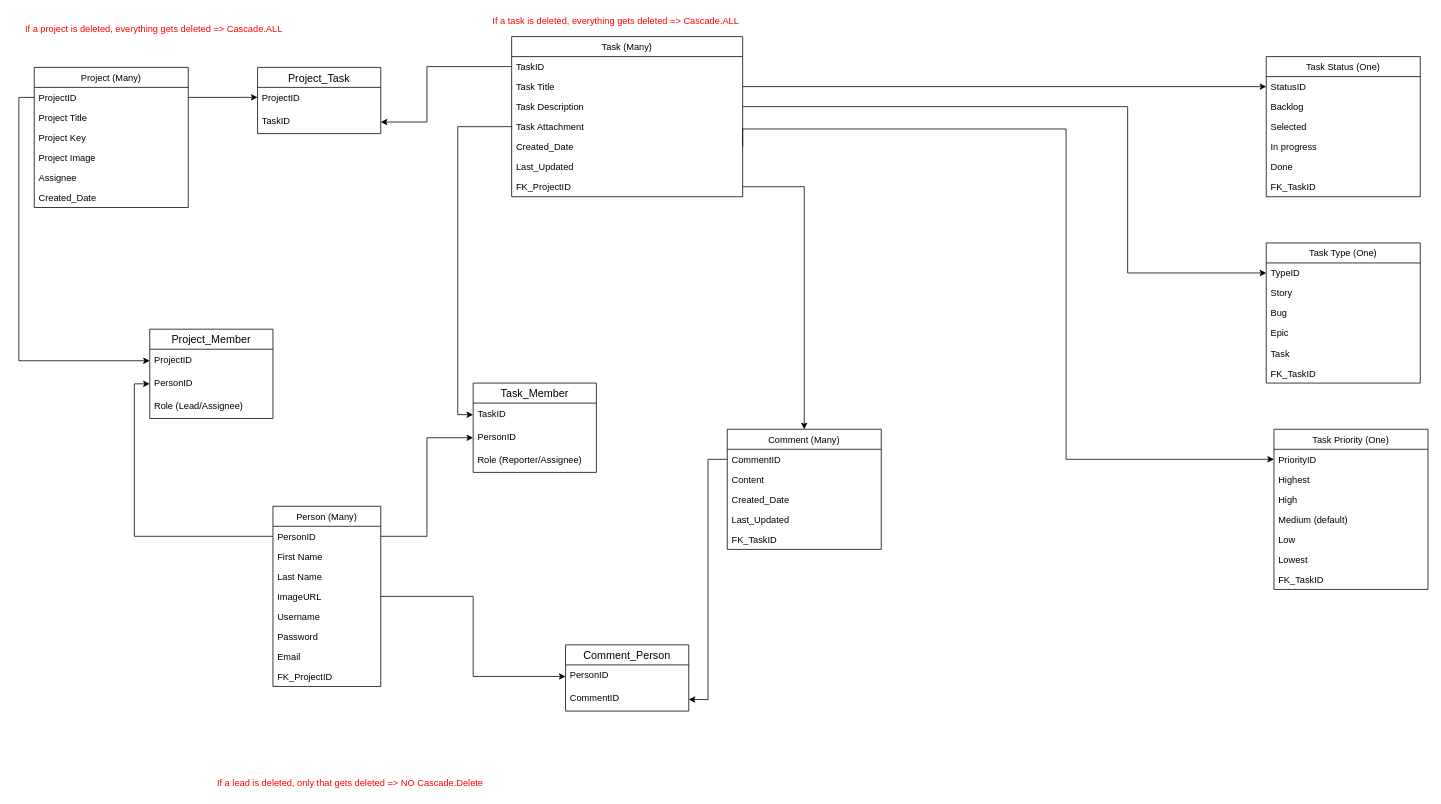
Above: ERdiagram.drawio in dathaotrinh/jira-clone (draw.io), before the change. Source tidied: cells renumbered, new cells numbered last; positions are measured from the earlier drawing's top-left corner, leaving out a move shared by most shapes. Both pictures are drawn from the tidied source at 77%, with x=0, y=0 at pixel (18, 13).
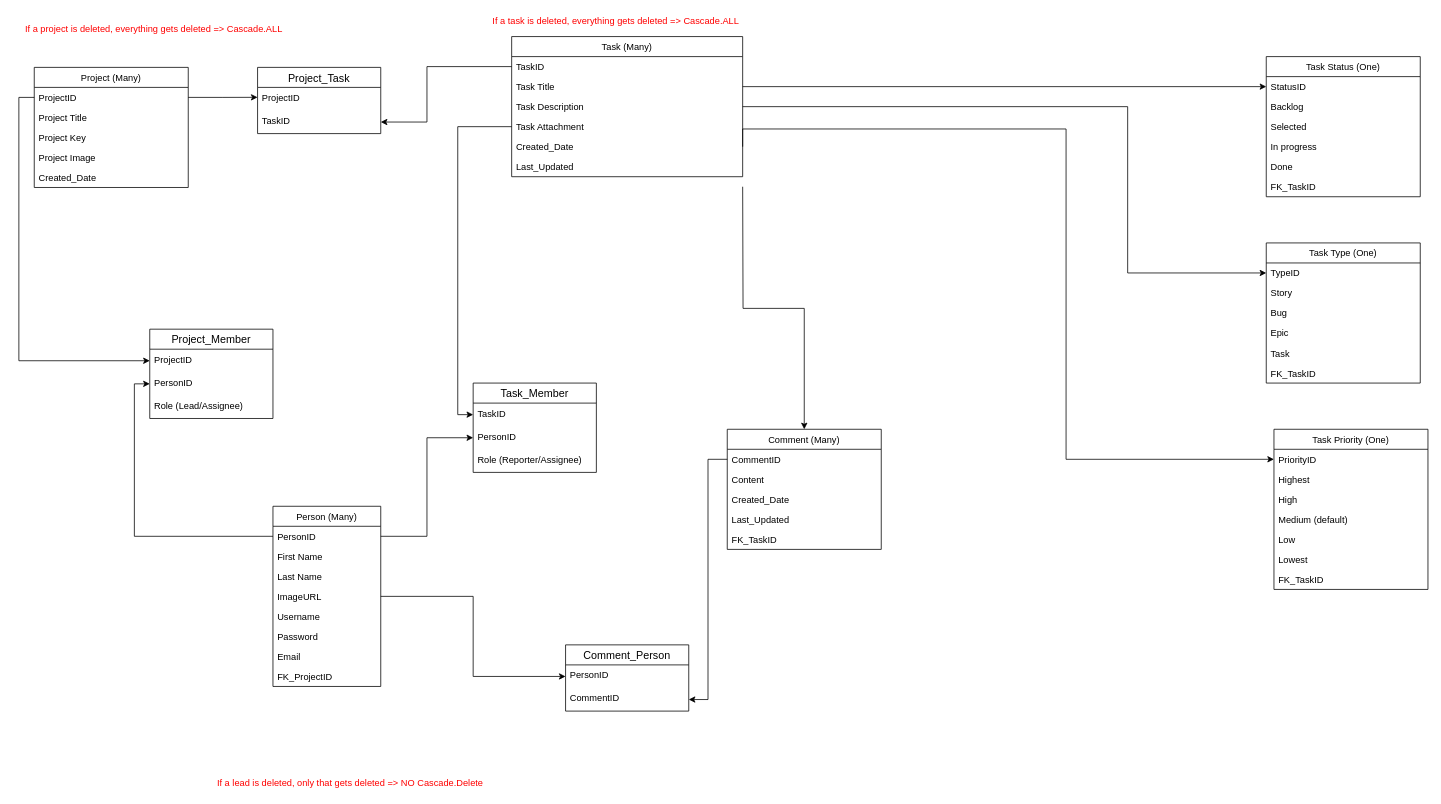
After the change.

Commit message (it also covers changes not shown here):
create relational database script

Unchanged cells that the change refers to:
```xml
<mxCell id="68" value="Comment (Many)" style="swimlane;fontStyle=0;horizontal=1;startSize=26;fillColor=none;" parent="1" vertex="1">
  <mxGeometry x="920" y="540" width="200" height="156" as="geometry" />
</mxCell>
```

Diff of the diagram source:
```diff
@@
     <mxCell id="2" value="Task (Many)" style="swimlane;fontStyle=0;horizontal=1;startSize=26;fillColor=none;" parent="1" vertex="1">
-      <mxGeometry x="640" y="30" width="300" height="208" as="geometry" />
+      <mxGeometry x="640" y="30" width="300" height="182" as="geometry" />
     </mxCell>
@@
-    <mxCell id="9" value="FK_ProjectID" style="text;strokeColor=none;fillColor=none;align=left;verticalAlign=top;spacingLeft=4;spacingRight=4;overflow=hidden;points=[[0,0.5],[1,0.5]];portConstraint=eastwest;" parent="2" vertex="1">
-      <mxGeometry y="182" width="300" height="26" as="geometry" />
-    </mxCell>
@@
-    <mxCell id="24" style="edgeStyle=orthogonalEdgeStyle;rounded=0;jettySize=auto;html=1;exitX=1;exitY=0.5;exitDx=0;exitDy=0;" parent="1" edge="1" source="9" target="68">
-      <mxGeometry relative="1" as="geometry" />
+    <mxCell id="24" style="edgeStyle=orthogonalEdgeStyle;rounded=0;jettySize=auto;html=1;exitX=1;exitY=0.5;exitDx=0;exitDy=0;" parent="1" edge="1" target="68">
+      <mxGeometry relative="1" as="geometry">
+        <mxPoint x="940" y="225" as="sourcePoint" />
+      </mxGeometry>
     </mxCell>
@@
     <mxCell id="74" value="Project (Many)" style="swimlane;fontStyle=0;horizontal=1;startSize=26;fillColor=none;" parent="1" vertex="1">
-      <mxGeometry x="20" y="70" width="200" height="182" as="geometry" />
+      <mxGeometry x="20" y="70" width="200" height="156" as="geometry" />
     </mxCell>
@@
-    <mxCell id="79" value="Assignee" style="text;strokeColor=none;fillColor=none;align=left;verticalAlign=top;spacingLeft=4;spacingRight=4;overflow=hidden;" parent="74" vertex="1">
-      <mxGeometry y="130" width="200" height="26" as="geometry" />
-    </mxCell>
     <mxCell id="80" value="Created_Date" style="text;strokeColor=none;fillColor=none;align=left;verticalAlign=top;spacingLeft=4;spacingRight=4;overflow=hidden;" parent="74" vertex="1">
-      <mxGeometry y="156" width="200" height="26" as="geometry" />
+      <mxGeometry y="130" width="200" height="26" as="geometry" />
     </mxCell>
```
